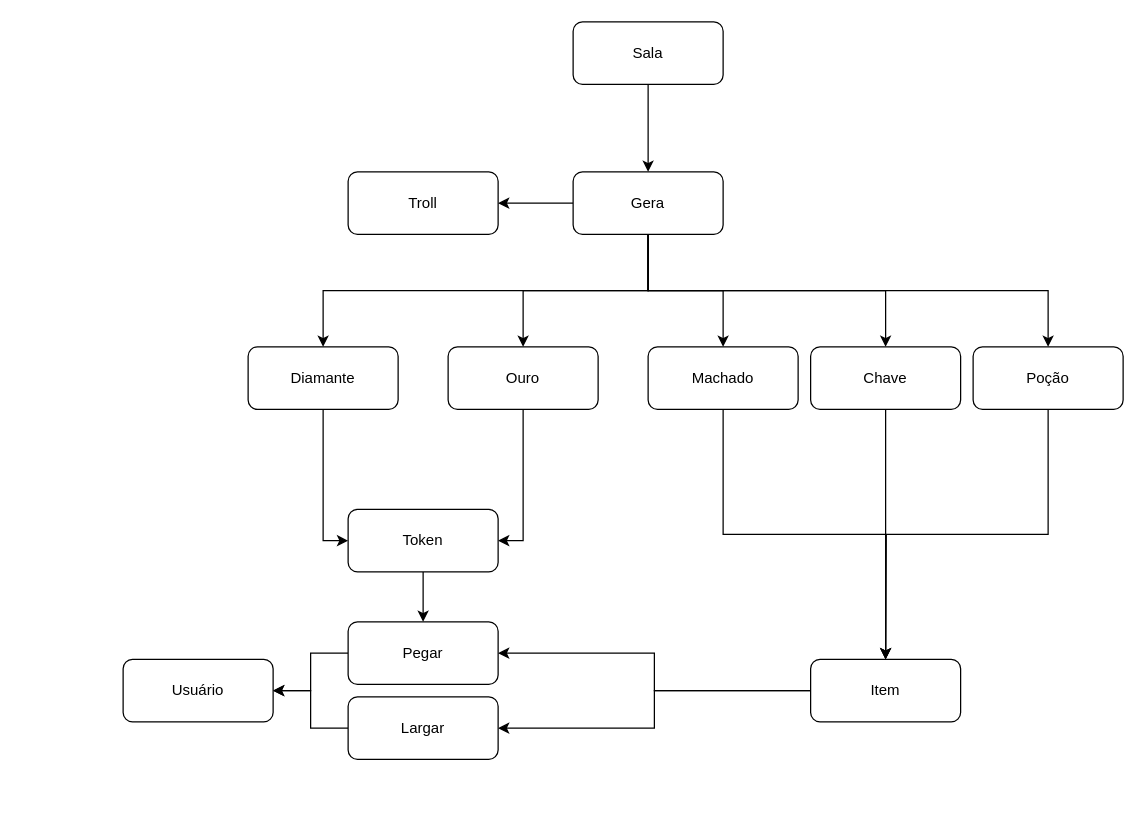
This is page "Entidade" (3 of 4) of Requisitos do Sistema.drawio from renanreyc/EngenhariaDeSoftware, a draw.io file, before an edit. Source tidied: cells renumbered, new cells numbered last; positions are measured from the earlier drawing's top-left corner, leaving out a move shared by most shapes. Both pictures are drawn from the tidied source at 125%, with x=0, y=0 at pixel (122, 21).
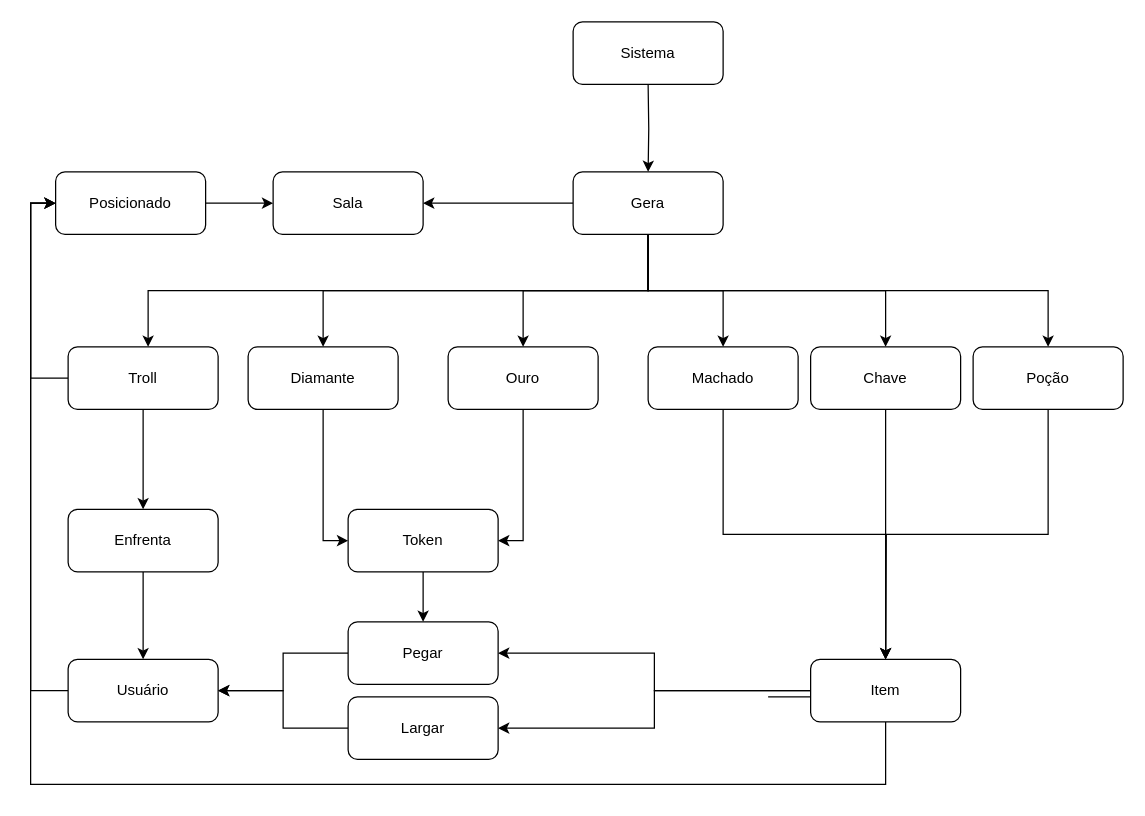
The same page after the edit.

Unchanged cells that the change refers to:
```xml
<mxCell id="29" value="Gera" style="rounded=1;whiteSpace=wrap;html=1;" parent="1" vertex="1">
  <mxGeometry x="360" y="120" width="120" height="50" as="geometry" />
</mxCell>
```

The edit, as a diff of the source:
```diff
@@
+    <mxCell id="32" style="edgeStyle=orthogonalEdgeStyle;rounded=0;jettySize=auto;html=1;entryX=0;entryY=0.5;entryDx=0;entryDy=0;fontSize=10;fontColor=#000000;startArrow=none;startFill=0;endArrow=classic;endFill=1;" parent="1" edge="1" source="2" target="41">
+      <mxGeometry relative="1" as="geometry">
+        <Array as="points">
+          <mxPoint x="-74" y="535" />
+          <mxPoint x="-74" y="145" />
+        </Array>
+      </mxGeometry>
+    </mxCell>
     <mxCell id="2" value="Usuário" style="rounded=1;whiteSpace=wrap;html=1;" parent="1" vertex="1">
-      <mxGeometry y="510" width="120" height="50" as="geometry" />
+      <mxGeometry x="-44" y="510" width="120" height="50" as="geometry" />
     </mxCell>
@@
+    <mxCell id="33" style="edgeStyle=orthogonalEdgeStyle;rounded=0;jettySize=auto;html=1;fontSize=10;fontColor=#000000;startArrow=none;startFill=0;endArrow=classic;endFill=1;" parent="1" edge="1" source="5" target="39">
+      <mxGeometry relative="1" as="geometry" />
+    </mxCell>
+    <mxCell id="34" style="edgeStyle=orthogonalEdgeStyle;rounded=0;jettySize=auto;html=1;entryX=0;entryY=0.5;entryDx=0;entryDy=0;fontSize=10;fontColor=#000000;startArrow=none;startFill=0;endArrow=classic;endFill=1;" parent="1" edge="1" source="5" target="41">
+      <mxGeometry relative="1" as="geometry">
+        <Array as="points">
+          <mxPoint x="-74" y="285" />
+          <mxPoint x="-74" y="145" />
+        </Array>
+      </mxGeometry>
+    </mxCell>
     <mxCell id="5" value="Troll" style="rounded=1;whiteSpace=wrap;html=1;" parent="1" vertex="1">
-      <mxGeometry x="180" y="120" width="120" height="50" as="geometry" />
+      <mxGeometry x="-44" y="260" width="120" height="50" as="geometry" />
     </mxCell>
-    <mxCell id="6" style="edgeStyle=orthogonalEdgeStyle;rounded=0;jettySize=auto;html=1;exitX=0.5;exitY=1;exitDx=0;exitDy=0;entryX=0.5;entryY=0;entryDx=0;entryDy=0;" parent="1" edge="1" source="7" target="29">
-      <mxGeometry relative="1" as="geometry" />
+    <mxCell id="6" style="edgeStyle=orthogonalEdgeStyle;rounded=0;jettySize=auto;html=1;exitX=0.5;exitY=1;exitDx=0;exitDy=0;entryX=0.5;entryY=0;entryDx=0;entryDy=0;" parent="1" edge="1" target="29">
+      <mxGeometry relative="1" as="geometry">
+        <mxPoint x="420" y="50" as="sourcePoint" />
+      </mxGeometry>
     </mxCell>
-    <mxCell id="7" value="Sala" style="rounded=1;whiteSpace=wrap;html=1;" parent="1" vertex="1">
-      <mxGeometry x="360" width="120" height="50" as="geometry" />
-    </mxCell>
@@
+    <mxCell id="35" style="edgeStyle=orthogonalEdgeStyle;rounded=0;jettySize=auto;html=1;entryX=0;entryY=0.5;entryDx=0;entryDy=0;fontSize=10;fontColor=#000000;startArrow=none;startFill=0;endArrow=classic;endFill=1;" parent="1" edge="1" target="41">
+      <mxGeometry relative="1" as="geometry">
+        <mxPoint x="516" y="540" as="sourcePoint" />
+        <Array as="points">
+          <mxPoint x="610" y="610" />
+          <mxPoint x="-74" y="610" />
+          <mxPoint x="-74" y="145" />
+        </Array>
+      </mxGeometry>
+    </mxCell>
@@
-    <mxCell id="23" style="edgeStyle=orthogonalEdgeStyle;rounded=0;jettySize=auto;html=1;exitX=0;exitY=0.5;exitDx=0;exitDy=0;" parent="1" edge="1" source="29" target="5">
-      <mxGeometry relative="1" as="geometry" />
+    <mxCell id="23" style="edgeStyle=orthogonalEdgeStyle;rounded=0;orthogonalLoop=1;jettySize=auto;html=1;exitX=0.5;exitY=1;exitDx=0;exitDy=0;" parent="1" edge="1">
+      <mxGeometry relative="1" as="geometry">
+        <mxPoint x="424" y="170" as="sourcePoint" />
+        <mxPoint x="20" y="260" as="targetPoint" />
+        <Array as="points">
+          <mxPoint x="420" y="170" />
+          <mxPoint x="420" y="215" />
+          <mxPoint x="20" y="215" />
+        </Array>
+      </mxGeometry>
     </mxCell>
@@
+    <mxCell id="36" style="edgeStyle=orthogonalEdgeStyle;rounded=0;jettySize=auto;html=1;entryX=1;entryY=0.5;entryDx=0;entryDy=0;fontSize=10;fontColor=#000000;startArrow=none;startFill=0;endArrow=classic;endFill=1;" parent="1" edge="1" source="29" target="7">
+      <mxGeometry relative="1" as="geometry" />
+    </mxCell>
@@
+    <mxCell id="37" value="Sistema" style="rounded=1;whiteSpace=wrap;html=1;" parent="1" vertex="1">
+      <mxGeometry x="360" width="120" height="50" as="geometry" />
+    </mxCell>
+    <mxCell id="7" value="Sala" style="rounded=1;whiteSpace=wrap;html=1;" parent="1" vertex="1">
+      <mxGeometry x="120" y="120" width="120" height="50" as="geometry" />
+    </mxCell>
+    <mxCell id="38" style="edgeStyle=orthogonalEdgeStyle;rounded=0;jettySize=auto;html=1;fontSize=10;fontColor=#000000;startArrow=none;startFill=0;endArrow=classic;endFill=1;" parent="1" edge="1" source="39" target="2">
+      <mxGeometry relative="1" as="geometry" />
+    </mxCell>
+    <mxCell id="39" value="Enfrenta" style="rounded=1;whiteSpace=wrap;html=1;" parent="1" vertex="1">
+      <mxGeometry x="-44" y="390" width="120" height="50" as="geometry" />
+    </mxCell>
+    <mxCell id="40" style="edgeStyle=orthogonalEdgeStyle;rounded=0;jettySize=auto;html=1;entryX=0;entryY=0.5;entryDx=0;entryDy=0;fontSize=10;fontColor=#000000;startArrow=none;startFill=0;endArrow=classic;endFill=1;" parent="1" edge="1" source="41" target="7">
+      <mxGeometry relative="1" as="geometry" />
+    </mxCell>
+    <mxCell id="41" value="Posicionado" style="rounded=1;whiteSpace=wrap;html=1;" parent="1" vertex="1">
+      <mxGeometry x="-54" y="120" width="120" height="50" as="geometry" />
+    </mxCell>
```
